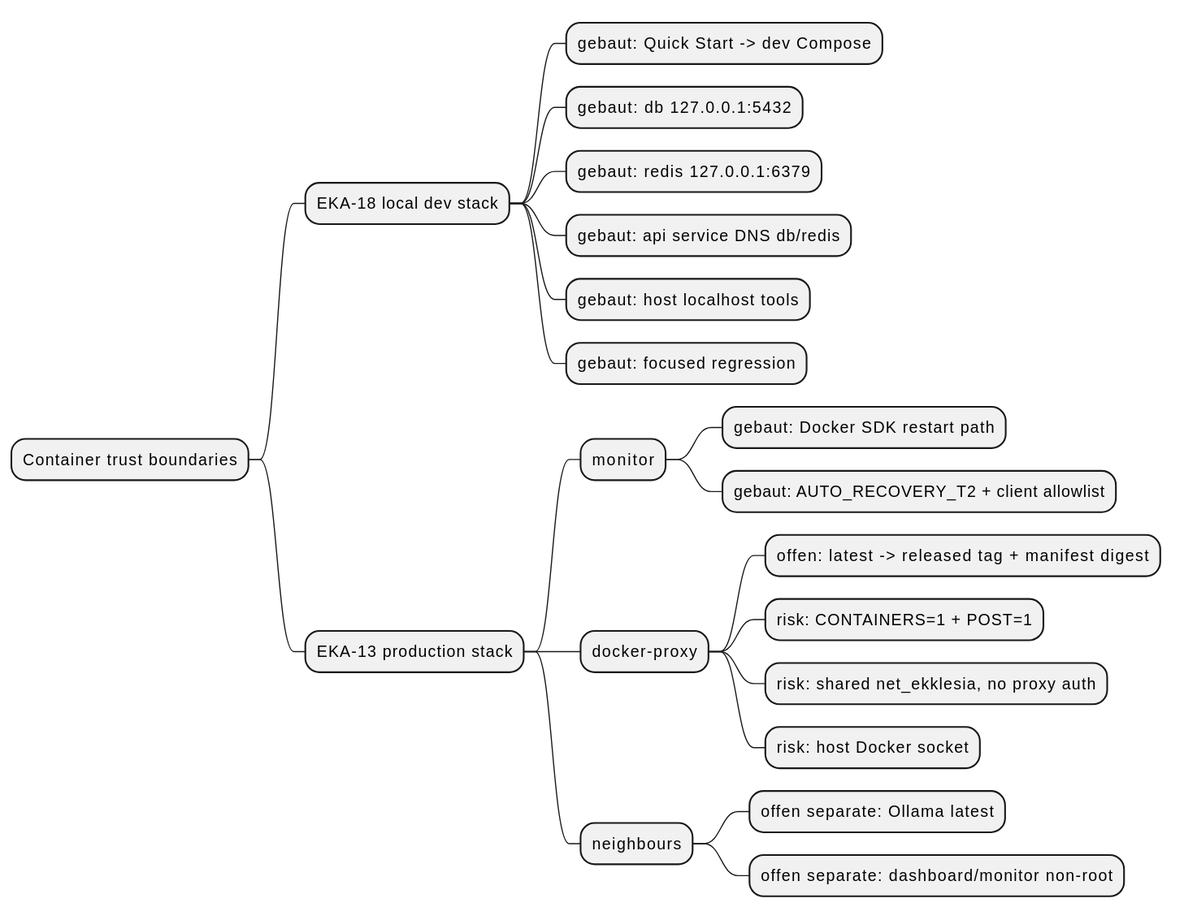
This is docs/architecture/map.svg from NeaBouli/pnyx, a PlantUML export, as it was before one commit.
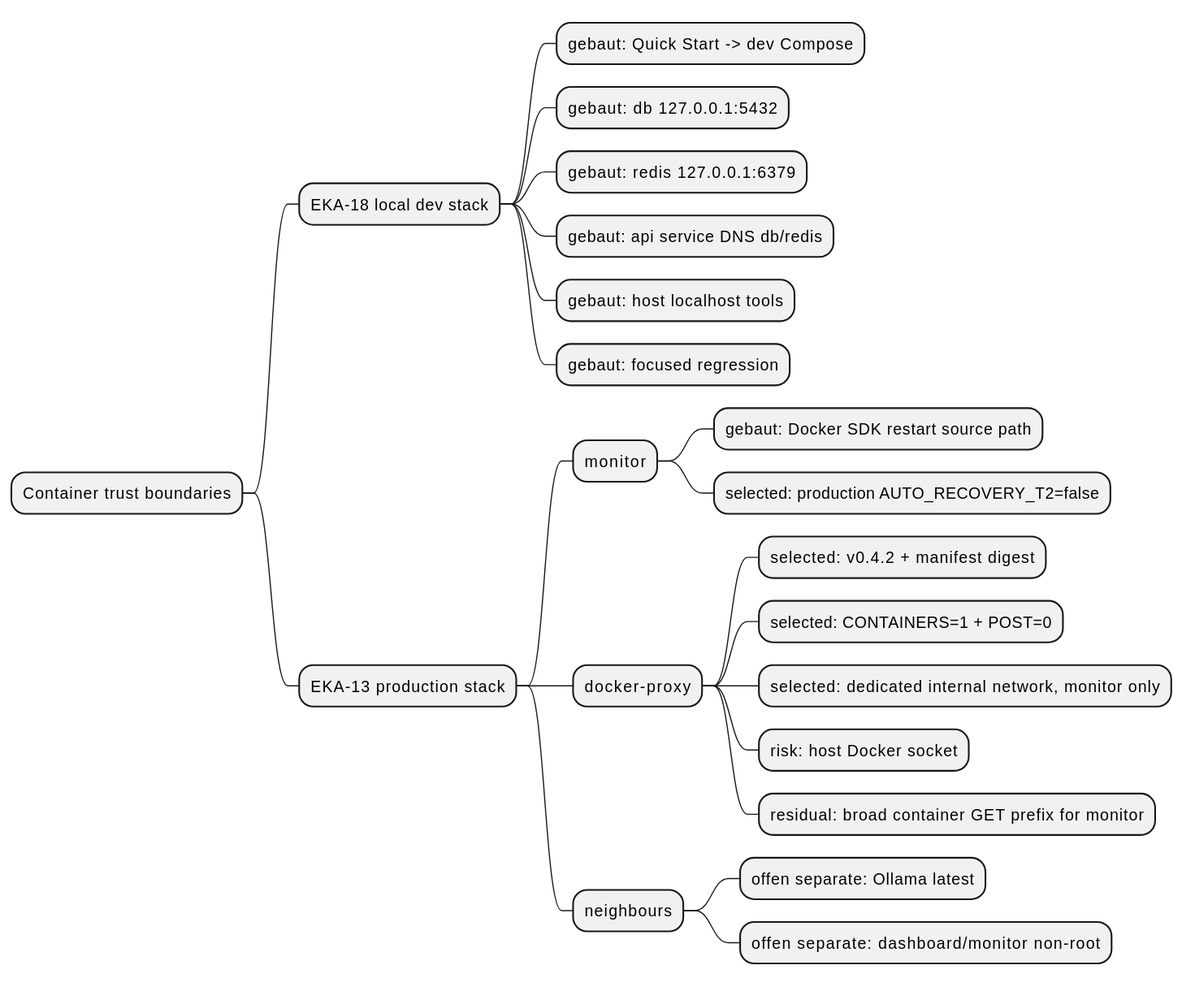
After the commit.

Diff of the diagram source:
```diff
@@ -9,13 +9,14 @@
 *** gebaut: focused regression
 ** EKA-13 production stack
 *** monitor
-**** gebaut: Docker SDK restart path
-**** gebaut: AUTO_RECOVERY_T2 + client allowlist
+**** gebaut: Docker SDK restart source path
+**** selected: production AUTO_RECOVERY_T2=false
 *** docker-proxy
-**** offen: latest -> released tag + manifest digest
-**** risk: CONTAINERS=1 + POST=1
-**** risk: shared net_ekklesia, no proxy auth
+**** selected: v0.4.2 + manifest digest
+**** selected: CONTAINERS=1 + POST=0
+**** selected: dedicated internal network, monitor only
 **** risk: host Docker socket
+**** residual: broad container GET prefix for monitor
 *** neighbours
 **** offen separate: Ollama latest
 **** offen separate: dashboard/monitor non-root
```
